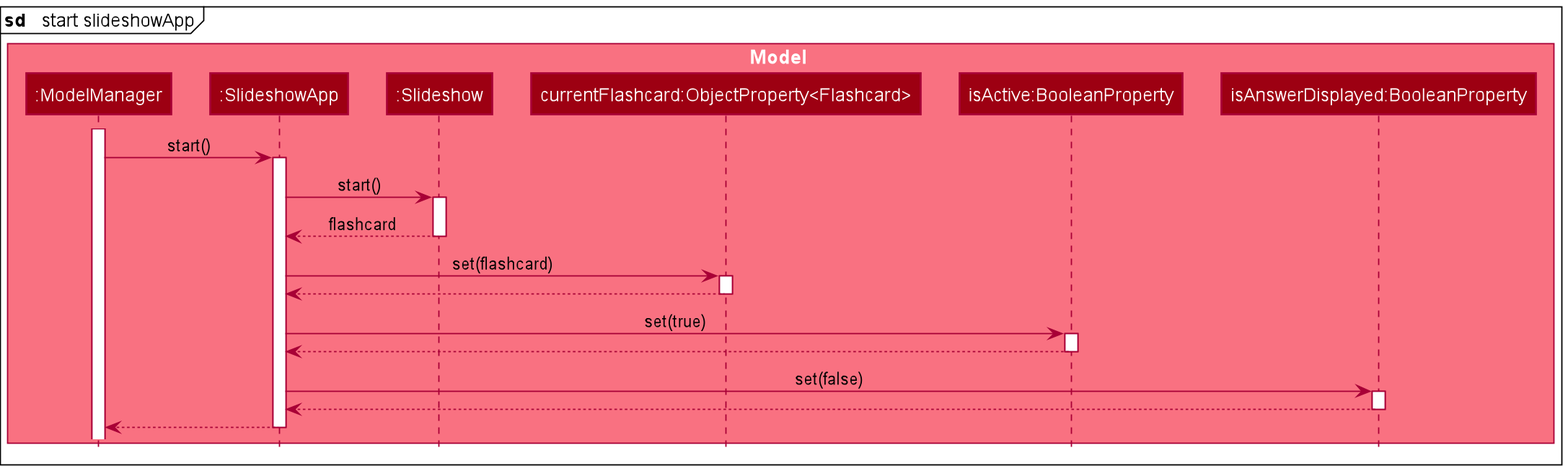
Earlier version of the PlantUML export docs/images/StartSlideshowAppReferenceSequenceDiagram.png (sharmainec/tp).
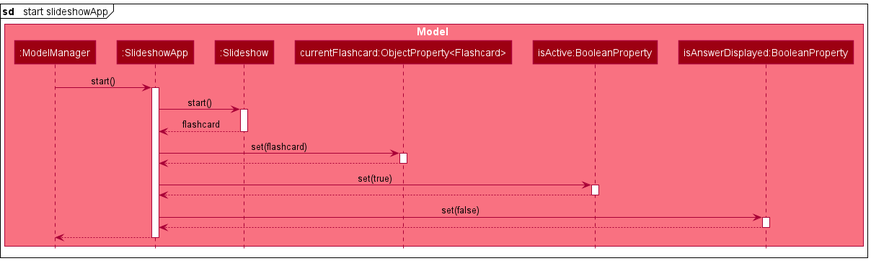
After the change.

Commit message:
Update Slideshow diagrams

The edit, as a diff of the source:
```diff
@@ -11,8 +11,6 @@
 end box
 
 mainframe **sd**   start slideshowApp
-
-activate ModelManager
 
 ModelManager -> SlideshowApp : start()
 activate SlideshowApp
```
